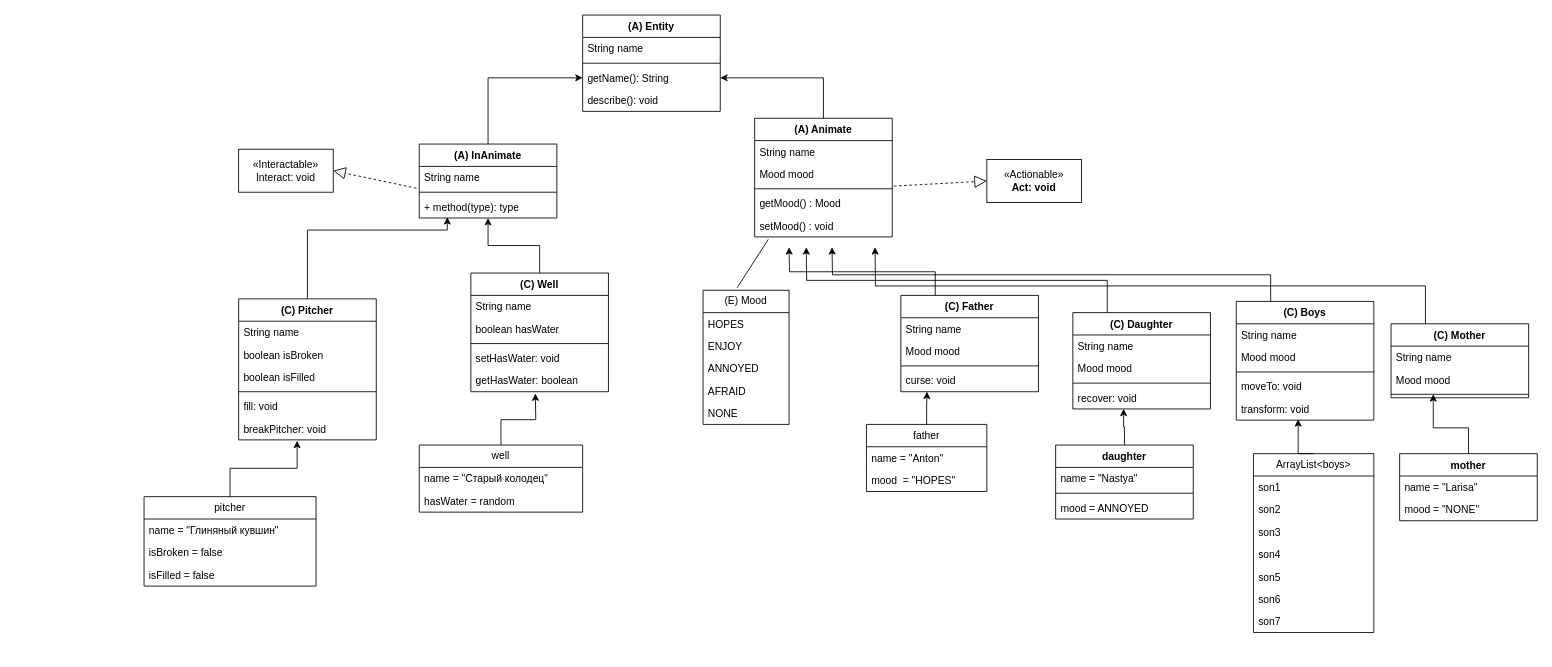
trybenon/ITMO keeps this draw.io diagram as Lab3uml.drawio. Above is the earlier version. Source tidied: cells renumbered, new cells numbered last; positions are measured from the earlier drawing's top-left corner, leaving out a move shared by most shapes. Both pictures are drawn from the tidied source at 86%, with x=0, y=0 at pixel (144, 15).
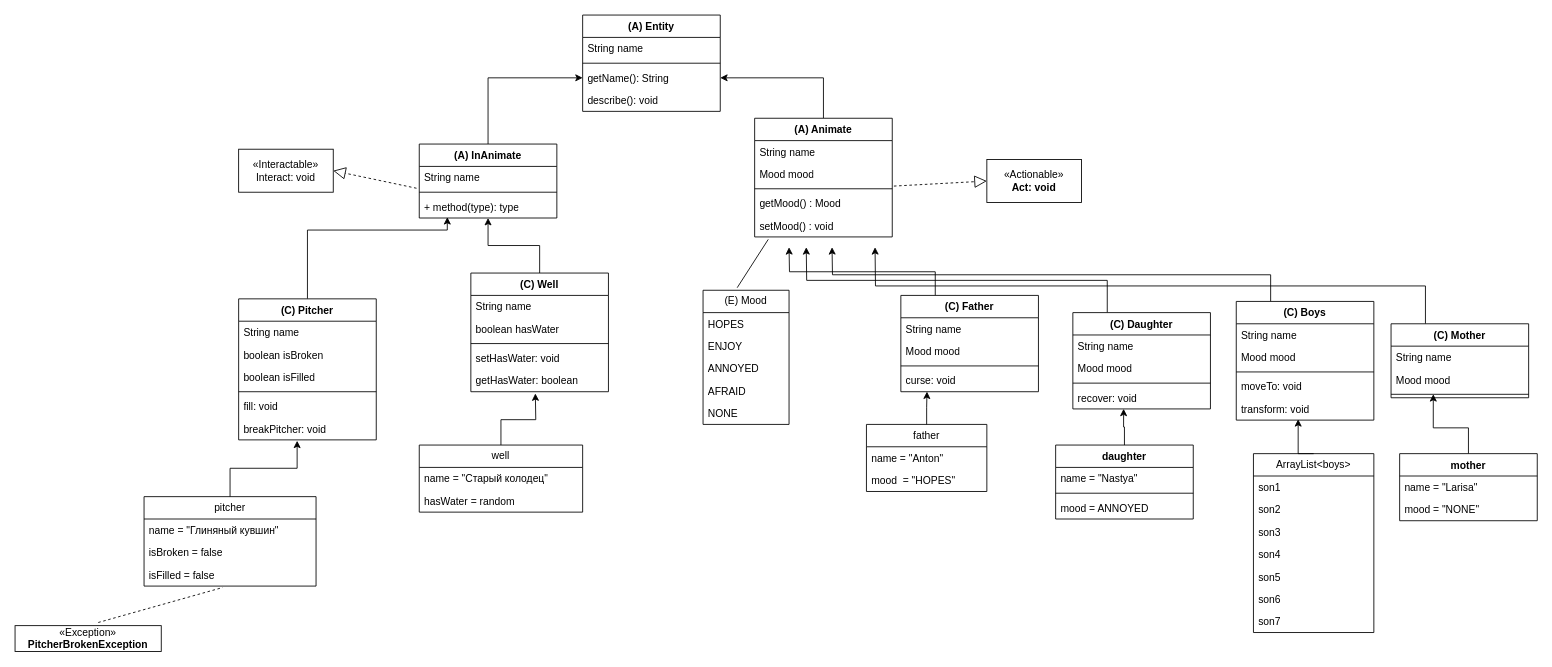
The same page after the edit.

The change refers to these unchanged cells:
```xml
<mxCell id="72" value="isFilled = false" style="text;strokeColor=none;fillColor=none;align=left;verticalAlign=top;spacingLeft=4;spacingRight=4;overflow=hidden;points=[[0,0.5],[1,0.5]];portConstraint=eastwest;whiteSpace=wrap;html=1;" parent="69" vertex="1">
  <mxGeometry y="78" width="200" height="26" as="geometry" />
</mxCell>
```

Diff of the diagram source:
```diff
@@
+    <mxCell id="100" value="«Exception»&lt;br&gt;&lt;b&gt;PitcherBrokenException&lt;/b&gt;" style="html=1;whiteSpace=wrap;" parent="1" vertex="1">
+      <mxGeometry x="-150" y="710" width="170" height="30" as="geometry" />
+    </mxCell>
+    <mxCell id="101" style="endArrow=none;dashed=1;html=1;rounded=0;exitX=0.569;exitY=-0.122;exitDx=0;exitDy=0;exitPerimeter=0;entryX=0.457;entryY=1.064;entryDx=0;entryDy=0;entryPerimeter=0;" parent="1" edge="1" source="100" target="72">
+      <mxGeometry relative="1" as="geometry" />
+    </mxCell>
```
